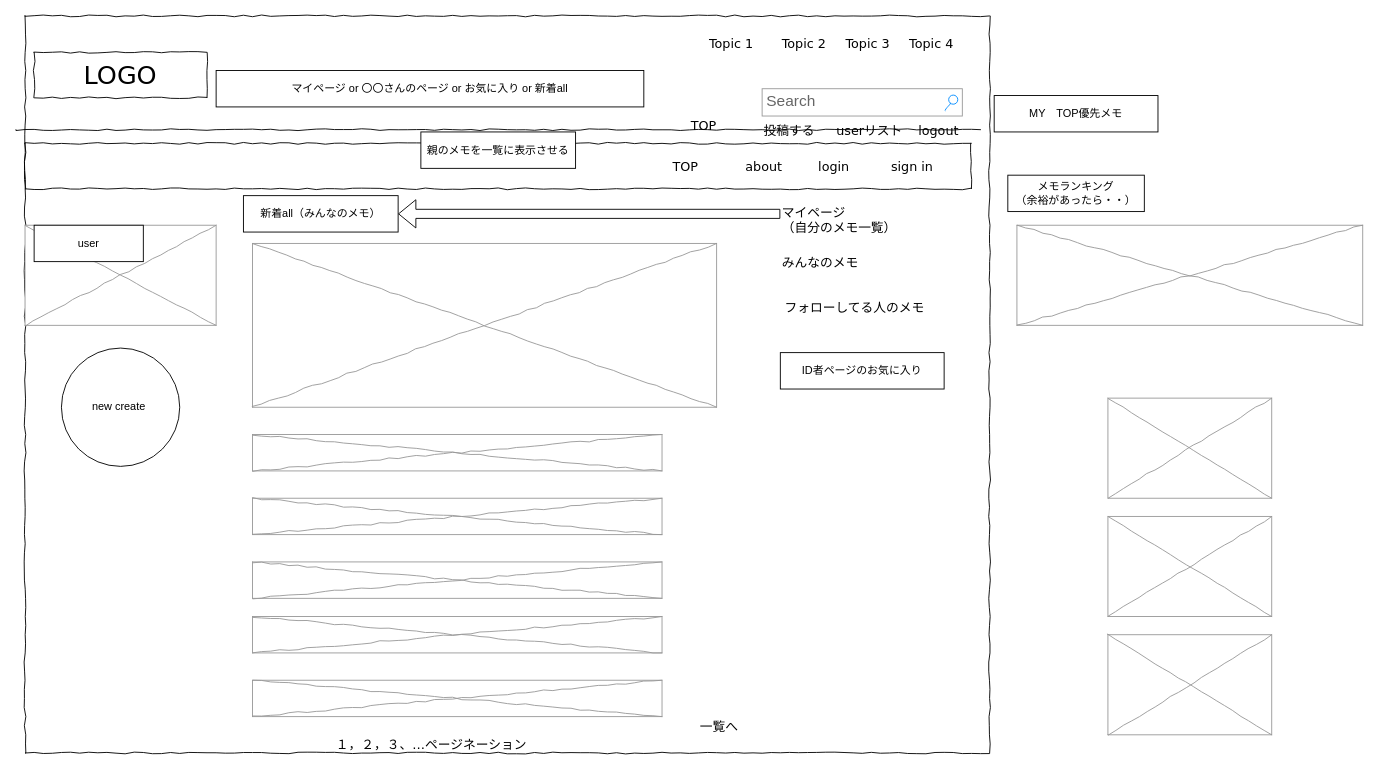
Before: page "main 一覧（全部）" (3 of 8) of Untitled Diagram.drawio in kyon-kyon/port2, a draw.io diagram. Source tidied: cells renumbered, new cells numbered last; positions are measured from the earlier drawing's top-left corner, leaving out a move shared by most shapes. Both pictures are drawn from the tidied source at 91%, with x=0, y=0 at pixel (15, 15).
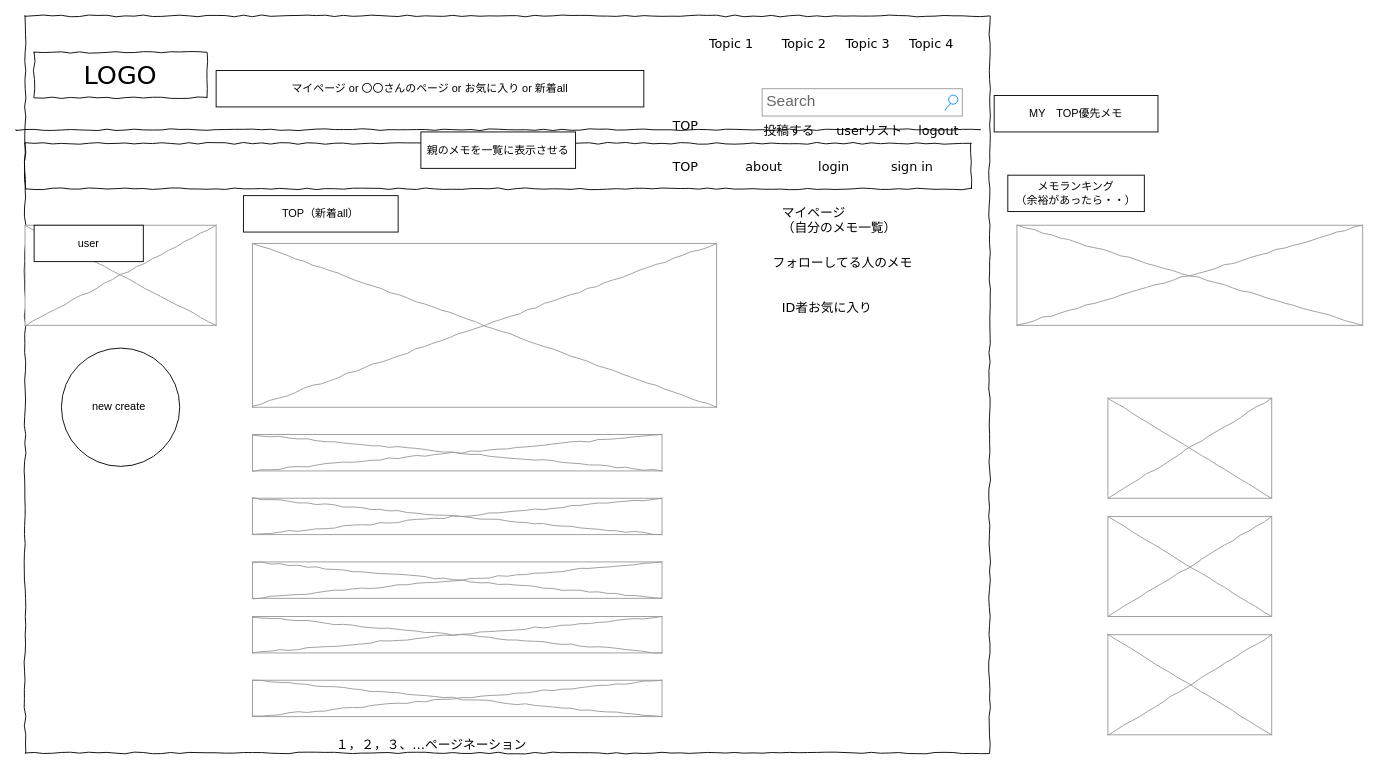
The same diagram, later.

The change refers to these unchanged cells:
```xml
<mxCell id="31" value="マイページ&lt;br&gt;（自分のメモ一覧）" style="text;html=1;points=[];align=left;verticalAlign=top;spacingTop=-4;fontSize=14;fontFamily=Verdana;" parent="1" vertex="1">
  <mxGeometry x="840" y="205" width="70" height="25" as="geometry" />
</mxCell>
```

The edit, as a diff of the source:
```diff
@@
-    <mxCell id="28" value="新着all（みんなのメモ）" style="rounded=0;whiteSpace=wrap;html=1;" parent="1" vertex="1">
+    <mxCell id="28" value="TOP（新着all）" style="rounded=0;whiteSpace=wrap;html=1;" parent="1" vertex="1">
       <mxGeometry x="250" y="197.5" width="170" height="40" as="geometry" />
     </mxCell>
@@
-    <mxCell id="30" value="ID者ページのお気に入り" style="rounded=0;whiteSpace=wrap;html=1;" parent="1" vertex="1">
-      <mxGeometry x="840" y="370" width="180" height="40" as="geometry" />
-    </mxCell>
@@
-    <mxCell id="36" value="一覧へ" style="text;html=1;align=left;verticalAlign=top;spacingTop=-4;fontSize=14;fontFamily=Verdana;" parent="1" vertex="1">
-      <mxGeometry x="750" y="770" width="60" height="20" as="geometry" />
-    </mxCell>
@@
-    <mxCell id="40" value="TOP&lt;br&gt;" style="text;html=1;align=left;verticalAlign=top;spacingTop=-4;fontSize=14;fontFamily=Verdana;" parent="1" vertex="1">
-      <mxGeometry x="740" y="110" width="60" height="20" as="geometry" />
+    <mxCell id="40" value="TOP　&lt;br&gt;" style="text;html=1;align=left;verticalAlign=top;spacingTop=-4;fontSize=14;fontFamily=Verdana;" parent="1" vertex="1">
+      <mxGeometry x="720" y="110" width="80" height="20" as="geometry" />
     </mxCell>
     <mxCell id="41" value="フォローしてる人のメモ" style="text;html=1;align=left;verticalAlign=top;spacingTop=-4;fontSize=14;fontFamily=Verdana;" parent="1" vertex="1">
-      <mxGeometry x="842.5" y="310" width="175" height="20" as="geometry" />
+      <mxGeometry x="830" y="260" width="175" height="20" as="geometry" />
     </mxCell>
-    <mxCell id="42" value="みんなのメモ" style="text;html=1;align=left;verticalAlign=top;spacingTop=-4;fontSize=14;fontFamily=Verdana;" parent="1" vertex="1">
-      <mxGeometry x="840" y="260" width="70" height="25" as="geometry" />
-    </mxCell>
-    <mxCell id="43" style="shape=flexArrow;endArrow=classic;html=1;entryX=1;entryY=0.5;entryDx=0;entryDy=0;" parent="1" edge="1" source="31" target="28">
-      <mxGeometry relative="1" as="geometry" />
-    </mxCell>
+    <mxCell id="44" value="ID者お気に入り" style="text;html=1;align=left;verticalAlign=top;spacingTop=-4;fontSize=14;fontFamily=Verdana;" parent="1" vertex="1">
+      <mxGeometry x="840" y="310" width="187.5" height="40" as="geometry" />
+    </mxCell>
```
